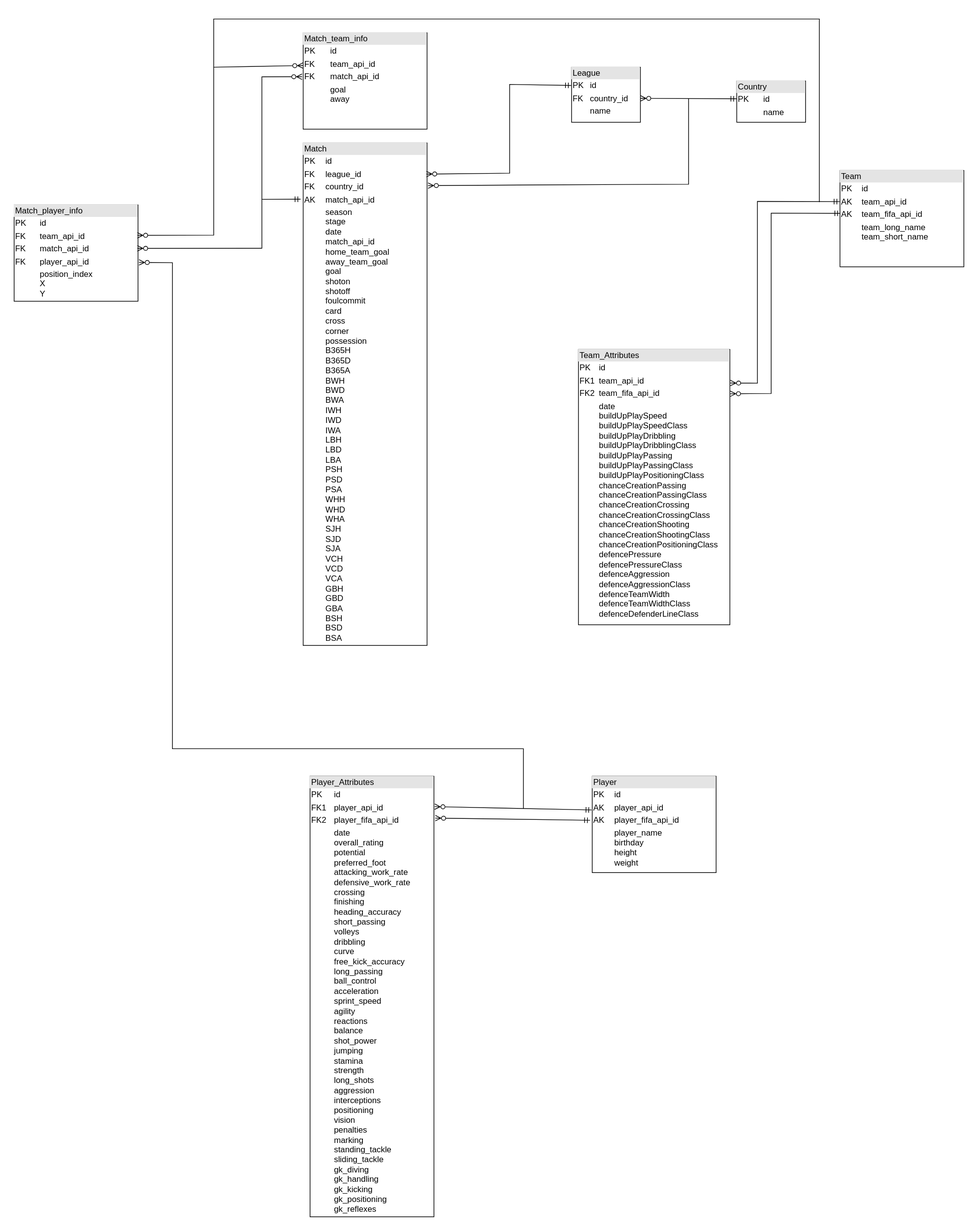
This is project2/Ex2/diagram_improved.svg from Ery4z/2172, a draw.io export, as it was before one commit. Source tidied: cells renumbered, new cells last; positions are measured from the earlier drawing's top-left corner, leaving out a move shared by most shapes. Its diagram source:
```xml
<mxGraphModel>
  <root>
    <mxCell id="0" />
    <mxCell id="1" parent="0" />
    <mxCell id="2" value="&lt;div style=&quot;box-sizing:border-box;width:100%;background:#e4e4e4;padding:2px;&quot;&gt;Player&lt;/div&gt;&lt;table style=&quot;width:100%;font-size:1em;&quot; cellpadding=&quot;2&quot; cellspacing=&quot;0&quot;&gt;&lt;tbody&gt;&lt;tr&gt;&lt;td&gt;PK&lt;/td&gt;&lt;td&gt;id&lt;/td&gt;&lt;/tr&gt;&lt;tr&gt;&lt;td&gt;AK&lt;/td&gt;&lt;td&gt;player_api_id&lt;/td&gt;&lt;/tr&gt;&lt;tr&gt;&lt;td&gt;AK&lt;/td&gt;&lt;td&gt;player_fifa_api_id&lt;/td&gt;&lt;/tr&gt;&lt;tr&gt;&lt;td&gt;&lt;/td&gt;&lt;td&gt;player_name&lt;br&gt;birthday&lt;br&gt;height&lt;br&gt;weight&lt;/td&gt;&lt;/tr&gt;&lt;/tbody&gt;&lt;/table&gt;" style="verticalAlign=top;align=left;overflow=fill;html=1;whiteSpace=wrap;perimeterSpacing=0;" parent="1" vertex="1">
      <mxGeometry x="840" y="1100" width="180" height="140" as="geometry" />
    </mxCell>
    <mxCell id="3" value="&lt;div style=&quot;box-sizing:border-box;width:100%;background:#e4e4e4;padding:2px;&quot;&gt;Player_Attributes&lt;/div&gt;&lt;table style=&quot;width:100%;font-size:1em;&quot; cellpadding=&quot;2&quot; cellspacing=&quot;0&quot;&gt;&lt;tbody&gt;&lt;tr&gt;&lt;td&gt;PK&lt;/td&gt;&lt;td&gt;id&lt;/td&gt;&lt;/tr&gt;&lt;tr&gt;&lt;td&gt;FK1&lt;/td&gt;&lt;td&gt;player_api_id&lt;/td&gt;&lt;/tr&gt;&lt;tr&gt;&lt;td&gt;FK2&lt;/td&gt;&lt;td&gt;player_fifa_api_id&lt;/td&gt;&lt;/tr&gt;&lt;tr&gt;&lt;td&gt;&lt;/td&gt;&lt;td&gt;date&lt;br&gt;overall_rating&lt;br&gt;potential&lt;br&gt;preferred_foot&lt;br&gt;attacking_work_rate&lt;br&gt;defensive_work_rate&lt;br&gt;crossing&lt;br&gt;finishing&lt;br&gt;heading_accuracy&lt;br&gt;short_passing&lt;br&gt;volleys&lt;br&gt;dribbling&lt;br&gt;curve&lt;br&gt;free_kick_accuracy&lt;br&gt;long_passing&lt;br&gt;ball_control&lt;br&gt;acceleration&lt;br&gt;sprint_speed&lt;br&gt;agility&lt;br&gt;reactions&lt;br&gt;balance&lt;br&gt;shot_power&lt;br&gt;jumping&lt;br&gt;stamina&lt;br&gt;strength&lt;br&gt;long_shots&lt;br&gt;aggression&lt;br&gt;interceptions&lt;br&gt;positioning&lt;br&gt;vision&lt;br&gt;penalties&lt;br&gt;marking&lt;br&gt;standing_tackle&lt;br&gt;sliding_tackle&lt;br&gt;gk_diving&lt;br&gt;gk_handling&lt;br&gt;gk_kicking&lt;br&gt;gk_positioning&lt;br&gt;gk_reflexes&lt;/td&gt;&lt;/tr&gt;&lt;/tbody&gt;&lt;/table&gt;" style="verticalAlign=top;align=left;overflow=fill;html=1;whiteSpace=wrap;" parent="1" vertex="1">
      <mxGeometry x="430" y="1100" width="180" height="640" as="geometry" />
    </mxCell>
    <mxCell id="4" style="endArrow=ERmandOne;html=1;rounded=0;exitX=1.006;exitY=0.069;exitDx=0;exitDy=0;exitPerimeter=0;entryX=-0.006;entryY=0.35;entryDx=0;entryDy=0;entryPerimeter=0;startArrow=ERzeroToMany;startFill=0;endFill=0;" parent="1" edge="1" source="3" target="2">
      <mxGeometry relative="1" as="geometry" />
    </mxCell>
    <mxCell id="5" style="endArrow=ERmandOne;html=1;rounded=0;exitX=1.011;exitY=0.095;exitDx=0;exitDy=0;exitPerimeter=0;entryX=-0.017;entryY=0.457;entryDx=0;entryDy=0;entryPerimeter=0;startArrow=ERzeroToMany;startFill=0;endFill=0;" parent="1" edge="1" source="3" target="2">
      <mxGeometry relative="1" as="geometry" />
    </mxCell>
    <mxCell id="6" value="&lt;div style=&quot;box-sizing:border-box;width:100%;background:#e4e4e4;padding:2px;&quot;&gt;Match&lt;/div&gt;&lt;table style=&quot;width:100%;font-size:1em;&quot; cellpadding=&quot;2&quot; cellspacing=&quot;0&quot;&gt;&lt;tbody&gt;&lt;tr&gt;&lt;td&gt;PK&lt;/td&gt;&lt;td&gt;id&lt;/td&gt;&lt;/tr&gt;&lt;tr&gt;&lt;td&gt;FK&lt;/td&gt;&lt;td&gt;league_id&lt;/td&gt;&lt;/tr&gt;&lt;tr&gt;&lt;td&gt;FK&lt;/td&gt;&lt;td&gt;country_id&lt;/td&gt;&lt;/tr&gt;&lt;tr&gt;&lt;td&gt;AK&lt;/td&gt;&lt;td&gt;match_api_id&lt;br&gt;&lt;/td&gt;&lt;/tr&gt;&lt;tr&gt;&lt;td&gt;&lt;/td&gt;&lt;td&gt;season&lt;br&gt;stage&lt;br&gt;date&lt;br&gt;match_api_id&lt;br&gt;home_team_goal&lt;br&gt;away_team_goal&lt;br&gt;goal&lt;br&gt;shoton&lt;br&gt;shotoff&lt;br&gt;foulcommit&lt;br&gt;card&lt;br&gt;cross&lt;br&gt;corner&lt;br&gt;possession&lt;br&gt;B365H&lt;br&gt;B365D&lt;br&gt;B365A&lt;br&gt;BWH&lt;br&gt;BWD&lt;br&gt;BWA&lt;br&gt;IWH&lt;br&gt;IWD&lt;br&gt;IWA&lt;br&gt;LBH&lt;br&gt;LBD&lt;br&gt;LBA&lt;br&gt;PSH&lt;br&gt;PSD&lt;br&gt;PSA&lt;br&gt;WHH&lt;br&gt;WHD&lt;br&gt;WHA&lt;br&gt;SJH&lt;br&gt;SJD&lt;br&gt;SJA&lt;br&gt;VCH&lt;br&gt;VCD&lt;br&gt;VCA&lt;br&gt;GBH&lt;br&gt;GBD&lt;br&gt;GBA&lt;br&gt;BSH&lt;br&gt;BSD&lt;br&gt;BSA&lt;br&gt;&lt;/td&gt;&lt;/tr&gt;&lt;/tbody&gt;&lt;/table&gt;" style="verticalAlign=top;align=left;overflow=fill;html=1;whiteSpace=wrap;" parent="1" vertex="1">
      <mxGeometry x="420" y="180" width="180" height="730" as="geometry" />
    </mxCell>
    <mxCell id="7" value="&lt;div style=&quot;box-sizing:border-box;width:100%;background:#e4e4e4;padding:2px;&quot;&gt;Team_Attributes&lt;/div&gt;&lt;table style=&quot;width:100%;font-size:1em;&quot; cellpadding=&quot;2&quot; cellspacing=&quot;0&quot;&gt;&lt;tbody&gt;&lt;tr&gt;&lt;td&gt;PK&lt;/td&gt;&lt;td&gt;id&lt;/td&gt;&lt;/tr&gt;&lt;tr&gt;&lt;td&gt;FK1&lt;/td&gt;&lt;td&gt;team_api_id&lt;/td&gt;&lt;/tr&gt;&lt;tr&gt;&lt;td&gt;FK2&lt;/td&gt;&lt;td&gt;team_fifa_api_id&lt;/td&gt;&lt;/tr&gt;&lt;tr&gt;&lt;td&gt;&lt;/td&gt;&lt;td&gt;date&lt;br&gt;buildUpPlaySpeed&lt;br&gt;buildUpPlaySpeedClass&lt;br&gt;buildUpPlayDribbling&lt;br&gt;buildUpPlayDribblingClass&lt;br&gt;buildUpPlayPassing&lt;br&gt;buildUpPlayPassingClass&lt;br&gt;buildUpPlayPositioningClass&lt;br&gt;chanceCreationPassing&lt;br&gt;chanceCreationPassingClass&lt;br&gt;chanceCreationCrossing&lt;br&gt;chanceCreationCrossingClass&lt;br&gt;chanceCreationShooting&lt;br&gt;chanceCreationShootingClass&lt;br&gt;chanceCreationPositioningClass&lt;br&gt;defencePressure&lt;br&gt;defencePressureClass&lt;br&gt;defenceAggression&lt;br&gt;defenceAggressionClass&lt;br&gt;defenceTeamWidth&lt;br&gt;defenceTeamWidthClass&lt;br&gt;defenceDefenderLineClass&lt;br&gt;&lt;br&gt;&lt;/td&gt;&lt;/tr&gt;&lt;/tbody&gt;&lt;/table&gt;" style="verticalAlign=top;align=left;overflow=fill;html=1;whiteSpace=wrap;" parent="1" vertex="1">
      <mxGeometry x="820" y="480" width="220" height="400" as="geometry" />
    </mxCell>
    <mxCell id="8" style="endArrow=ERmandOne;html=1;rounded=0;exitX=1.002;exitY=0.161;exitDx=0;exitDy=0;exitPerimeter=0;entryX=0.003;entryY=0.445;entryDx=0;entryDy=0;entryPerimeter=0;startArrow=ERzeroToMany;startFill=0;endFill=0;" parent="1" edge="1" source="7" target="15">
      <mxGeometry relative="1" as="geometry">
        <Array as="points">
          <mxPoint x="1100" y="544" />
          <mxPoint x="1100" y="282" />
        </Array>
      </mxGeometry>
    </mxCell>
    <mxCell id="9" style="endArrow=ERmandOne;html=1;rounded=0;exitX=1.003;exitY=0.122;exitDx=0;exitDy=0;exitPerimeter=0;entryX=-0.003;entryY=0.323;entryDx=0;entryDy=0;entryPerimeter=0;startArrow=ERzeroToMany;startFill=0;endFill=0;" parent="1" edge="1" source="7" target="15">
      <mxGeometry relative="1" as="geometry">
        <Array as="points">
          <mxPoint x="1080" y="529" />
          <mxPoint x="1080" y="265" />
        </Array>
      </mxGeometry>
    </mxCell>
    <mxCell id="10" value="&lt;div style=&quot;box-sizing:border-box;width:100%;background:#e4e4e4;padding:2px;&quot;&gt;League&lt;/div&gt;&lt;table style=&quot;width:100%;font-size:1em;&quot; cellpadding=&quot;2&quot; cellspacing=&quot;0&quot;&gt;&lt;tbody&gt;&lt;tr&gt;&lt;td&gt;PK&lt;/td&gt;&lt;td&gt;id&lt;/td&gt;&lt;/tr&gt;&lt;tr&gt;&lt;td&gt;FK&lt;/td&gt;&lt;td&gt;country_id&lt;/td&gt;&lt;/tr&gt;&lt;tr&gt;&lt;td&gt;&lt;/td&gt;&lt;td&gt;name&lt;br&gt;&lt;br&gt;&lt;br&gt;&lt;/td&gt;&lt;/tr&gt;&lt;/tbody&gt;&lt;/table&gt;" style="verticalAlign=top;align=left;overflow=fill;html=1;whiteSpace=wrap;perimeterSpacing=0;" parent="1" vertex="1">
      <mxGeometry x="810" y="70" width="100" height="80" as="geometry" />
    </mxCell>
    <mxCell id="11" value="&lt;div style=&quot;box-sizing:border-box;width:100%;background:#e4e4e4;padding:2px;&quot;&gt;Country&lt;/div&gt;&lt;table style=&quot;width:100%;font-size:1em;&quot; cellpadding=&quot;2&quot; cellspacing=&quot;0&quot;&gt;&lt;tbody&gt;&lt;tr&gt;&lt;td&gt;PK&lt;/td&gt;&lt;td&gt;id&lt;/td&gt;&lt;/tr&gt;&lt;tr&gt;&lt;td&gt;&lt;/td&gt;&lt;td&gt;name&lt;br&gt;&lt;br&gt;&lt;br&gt;&lt;/td&gt;&lt;/tr&gt;&lt;/tbody&gt;&lt;/table&gt;" style="verticalAlign=top;align=left;overflow=fill;html=1;whiteSpace=wrap;perimeterSpacing=0;" parent="1" vertex="1">
      <mxGeometry x="1050" y="90" width="100" height="60" as="geometry" />
    </mxCell>
    <mxCell id="12" style="endArrow=ERmandOne;html=1;rounded=0;exitX=1.001;exitY=0.566;exitDx=0;exitDy=0;exitPerimeter=0;startArrow=ERzeroToMany;startFill=0;endFill=0;entryX=-0.005;entryY=0.431;entryDx=0;entryDy=0;entryPerimeter=0;" parent="1" edge="1" source="10" target="11">
      <mxGeometry relative="1" as="geometry" />
    </mxCell>
    <mxCell id="13" style="endArrow=none;html=1;rounded=0;exitX=1.008;exitY=0.085;exitDx=0;exitDy=0;exitPerimeter=0;startArrow=ERzeroToMany;startFill=0;" parent="1" edge="1" source="6">
      <mxGeometry relative="1" as="geometry">
        <mxPoint x="980" y="116" as="targetPoint" />
        <Array as="points">
          <mxPoint x="760" y="241" />
          <mxPoint x="980" y="240" />
          <mxPoint x="980" y="160" />
        </Array>
      </mxGeometry>
    </mxCell>
    <mxCell id="14" style="endArrow=ERmandOne;html=1;rounded=0;startArrow=ERzeroToMany;startFill=0;entryX=-0.008;entryY=0.331;entryDx=0;entryDy=0;entryPerimeter=0;endFill=0;exitX=0.995;exitY=0.062;exitDx=0;exitDy=0;exitPerimeter=0;" parent="1" edge="1" source="6" target="10">
      <mxGeometry relative="1" as="geometry">
        <Array as="points">
          <mxPoint x="720" y="224" />
          <mxPoint x="720" y="95" />
        </Array>
      </mxGeometry>
    </mxCell>
    <mxCell id="15" value="&lt;div style=&quot;box-sizing:border-box;width:100%;background:#e4e4e4;padding:2px;&quot;&gt;Team&lt;/div&gt;&lt;table style=&quot;width:100%;font-size:1em;&quot; cellpadding=&quot;2&quot; cellspacing=&quot;0&quot;&gt;&lt;tbody&gt;&lt;tr&gt;&lt;td&gt;PK&lt;/td&gt;&lt;td&gt;id&lt;/td&gt;&lt;/tr&gt;&lt;tr&gt;&lt;td&gt;AK&lt;/td&gt;&lt;td&gt;team_api_id&lt;/td&gt;&lt;/tr&gt;&lt;tr&gt;&lt;td&gt;AK&lt;/td&gt;&lt;td&gt;team_fifa_api_id&lt;/td&gt;&lt;/tr&gt;&lt;tr&gt;&lt;td&gt;&lt;/td&gt;&lt;td&gt;team_long_name&lt;br&gt;team_short_name&lt;br&gt;&lt;br&gt;&lt;/td&gt;&lt;/tr&gt;&lt;/tbody&gt;&lt;/table&gt;" style="verticalAlign=top;align=left;overflow=fill;html=1;whiteSpace=wrap;perimeterSpacing=0;" parent="1" vertex="1">
      <mxGeometry x="1200" y="220" width="180" height="140" as="geometry" />
    </mxCell>
    <mxCell id="16" value="&lt;div style=&quot;box-sizing:border-box;width:100%;background:#e4e4e4;padding:2px;&quot;&gt;Match_player_info&lt;/div&gt;&lt;table style=&quot;width:100%;font-size:1em;&quot; cellpadding=&quot;2&quot; cellspacing=&quot;0&quot;&gt;&lt;tbody&gt;&lt;tr&gt;&lt;td&gt;PK&lt;/td&gt;&lt;td&gt;id&lt;/td&gt;&lt;/tr&gt;&lt;tr&gt;&lt;td&gt;FK&lt;/td&gt;&lt;td&gt;team_api_id&lt;br&gt;&lt;/td&gt;&lt;/tr&gt;&lt;tr&gt;&lt;td&gt;FK&lt;/td&gt;&lt;td&gt;match_api_id&lt;/td&gt;&lt;/tr&gt;&lt;tr&gt;&lt;td&gt;FK&lt;/td&gt;&lt;td&gt;player_api_id&lt;/td&gt;&lt;/tr&gt;&lt;tr&gt;&lt;td&gt;&lt;/td&gt;&lt;td&gt;position_index&lt;br&gt;X&lt;br&gt;Y&lt;br&gt;&lt;br&gt;&lt;/td&gt;&lt;/tr&gt;&lt;/tbody&gt;&lt;/table&gt;" style="verticalAlign=top;align=left;overflow=fill;html=1;whiteSpace=wrap;" parent="1" vertex="1">
      <mxGeometry y="270" width="180" height="140" as="geometry" />
    </mxCell>
    <mxCell id="17" style="endArrow=ERmandOne;html=1;rounded=0;exitX=0.995;exitY=0.451;exitDx=0;exitDy=0;exitPerimeter=0;startArrow=ERzeroToMany;startFill=0;endFill=0;entryX=-0.021;entryY=0.112;entryDx=0;entryDy=0;entryPerimeter=0;" parent="1" edge="1" source="16" target="6">
      <mxGeometry relative="1" as="geometry">
        <Array as="points">
          <mxPoint x="360" y="333" />
          <mxPoint x="360" y="262" />
        </Array>
      </mxGeometry>
    </mxCell>
    <mxCell id="18" style="endArrow=none;html=1;rounded=0;endFill=0;startArrow=ERzeroToMany;startFill=0;exitX=1.008;exitY=0.597;exitDx=0;exitDy=0;exitPerimeter=0;" parent="1" edge="1" source="16">
      <mxGeometry relative="1" as="geometry">
        <mxPoint x="740" y="1147" as="targetPoint" />
        <Array as="points">
          <mxPoint x="230" y="354" />
          <mxPoint x="230" y="1060" />
          <mxPoint x="740" y="1060" />
        </Array>
      </mxGeometry>
    </mxCell>
    <mxCell id="19" style="endArrow=none;html=1;rounded=0;exitX=0.995;exitY=0.316;exitDx=0;exitDy=0;exitPerimeter=0;startArrow=ERzeroToMany;startFill=0;" parent="1" edge="1" source="16">
      <mxGeometry relative="1" as="geometry">
        <mxPoint x="1170" y="266" as="targetPoint" />
        <Array as="points">
          <mxPoint x="290" y="314" />
          <mxPoint x="290" />
          <mxPoint x="1170" />
        </Array>
      </mxGeometry>
    </mxCell>
    <mxCell id="20" value="&lt;div style=&quot;box-sizing:border-box;width:100%;background:#e4e4e4;padding:2px;&quot;&gt;Match_team_info&lt;/div&gt;&lt;table style=&quot;width:100%;font-size:1em;&quot; cellpadding=&quot;2&quot; cellspacing=&quot;0&quot;&gt;&lt;tbody&gt;&lt;tr&gt;&lt;td&gt;PK&lt;/td&gt;&lt;td&gt;id&lt;/td&gt;&lt;/tr&gt;&lt;tr&gt;&lt;td&gt;FK&lt;/td&gt;&lt;td&gt;team_api_id&lt;br&gt;&lt;/td&gt;&lt;/tr&gt;&lt;tr&gt;&lt;td&gt;FK&lt;/td&gt;&lt;td&gt;match_api_id&lt;/td&gt;&lt;/tr&gt;&lt;tr&gt;&lt;td&gt;&lt;/td&gt;&lt;td&gt;goal&lt;br&gt;away&lt;br&gt;&lt;br&gt;&lt;/td&gt;&lt;/tr&gt;&lt;/tbody&gt;&lt;/table&gt;" style="verticalAlign=top;align=left;overflow=fill;html=1;whiteSpace=wrap;" parent="1" vertex="1">
      <mxGeometry x="420" y="20" width="180" height="140" as="geometry" />
    </mxCell>
    <mxCell id="21" style="endArrow=ERzeroToMany;html=1;rounded=0;entryX=-0.009;entryY=0.456;entryDx=0;entryDy=0;entryPerimeter=0;startArrow=none;startFill=0;endFill=0;" parent="1" edge="1" target="20">
      <mxGeometry relative="1" as="geometry">
        <mxPoint x="360" y="262" as="sourcePoint" />
        <Array as="points">
          <mxPoint x="360" y="84" />
        </Array>
      </mxGeometry>
    </mxCell>
    <mxCell id="22" style="endArrow=ERzeroToMany;html=1;rounded=0;entryX=-0.001;entryY=0.34;entryDx=0;entryDy=0;entryPerimeter=0;startArrow=none;startFill=0;endFill=0;" parent="1" edge="1" target="20">
      <mxGeometry relative="1" as="geometry">
        <mxPoint x="290" y="70" as="sourcePoint" />
      </mxGeometry>
    </mxCell>
  </root>
</mxGraphModel>
```
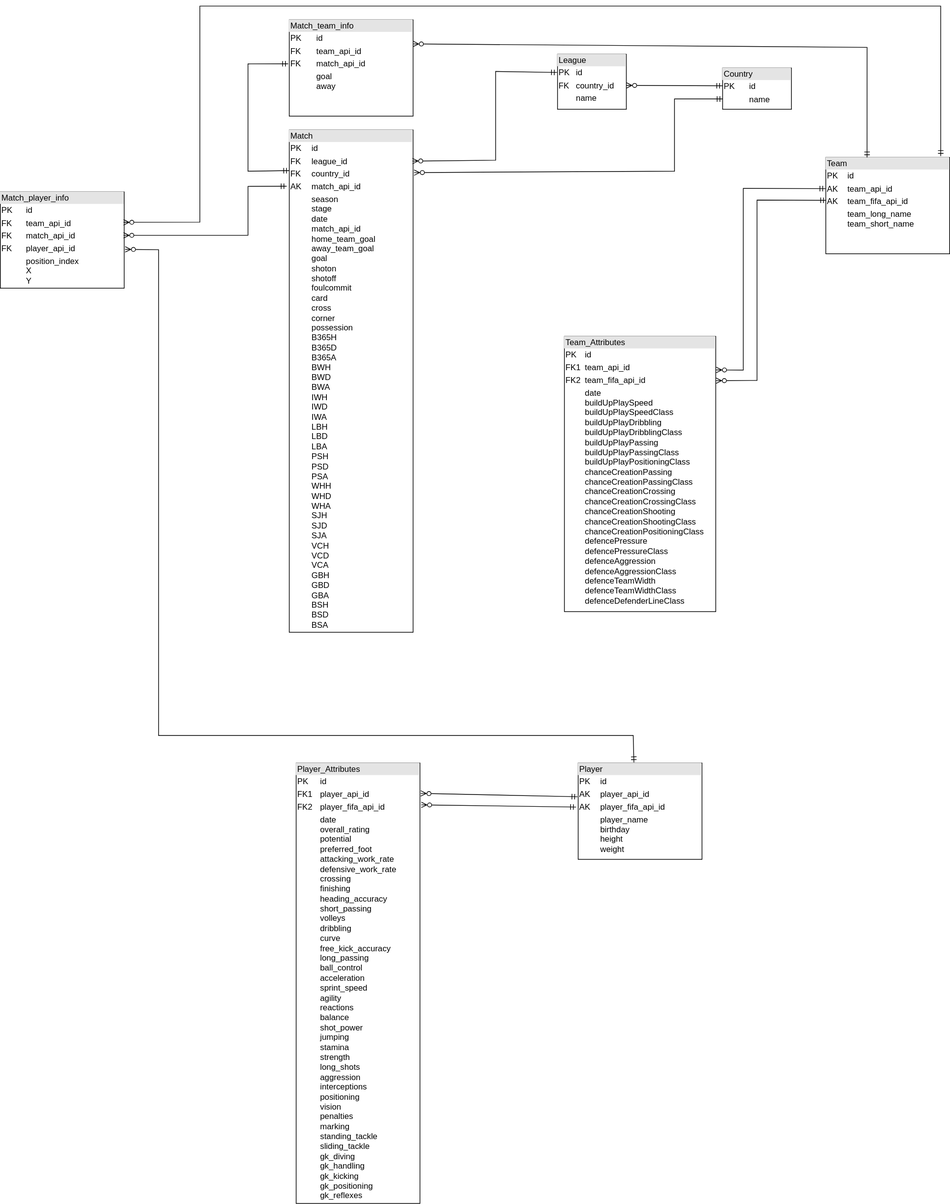
The same diagram one commit later.

What changed in the source:
```diff
@@ -45,13 +45,12 @@
     <mxCell id="12" style="endArrow=ERmandOne;html=1;rounded=0;exitX=1.001;exitY=0.566;exitDx=0;exitDy=0;exitPerimeter=0;startArrow=ERzeroToMany;startFill=0;endFill=0;entryX=-0.005;entryY=0.431;entryDx=0;entryDy=0;entryPerimeter=0;" parent="1" edge="1" source="10" target="11">
       <mxGeometry relative="1" as="geometry" />
     </mxCell>
-    <mxCell id="13" style="endArrow=none;html=1;rounded=0;exitX=1.008;exitY=0.085;exitDx=0;exitDy=0;exitPerimeter=0;startArrow=ERzeroToMany;startFill=0;" parent="1" edge="1" source="6">
+    <mxCell id="13" style="endArrow=ERmandOne;html=1;rounded=0;exitX=1.008;exitY=0.085;exitDx=0;exitDy=0;exitPerimeter=0;startArrow=ERzeroToMany;startFill=0;entryX=0;entryY=0.75;entryDx=0;entryDy=0;endFill=0;" parent="1" edge="1" source="6" target="11">
       <mxGeometry relative="1" as="geometry">
-        <mxPoint x="980" y="116" as="targetPoint" />
         <Array as="points">
           <mxPoint x="760" y="241" />
           <mxPoint x="980" y="240" />
-          <mxPoint x="980" y="160" />
+          <mxPoint x="980" y="135" />
         </Array>
       </mxGeometry>
     </mxCell>
@@ -77,40 +76,40 @@
         </Array>
       </mxGeometry>
     </mxCell>
-    <mxCell id="18" style="endArrow=none;html=1;rounded=0;endFill=0;startArrow=ERzeroToMany;startFill=0;exitX=1.008;exitY=0.597;exitDx=0;exitDy=0;exitPerimeter=0;" parent="1" edge="1" source="16">
+    <mxCell id="18" style="endArrow=ERmandOne;html=1;rounded=0;endFill=0;startArrow=ERzeroToMany;startFill=0;exitX=1.008;exitY=0.597;exitDx=0;exitDy=0;exitPerimeter=0;entryX=0.45;entryY=-0.007;entryDx=0;entryDy=0;entryPerimeter=0;" parent="1" edge="1" source="16" target="2">
       <mxGeometry relative="1" as="geometry">
-        <mxPoint x="740" y="1147" as="targetPoint" />
         <Array as="points">
           <mxPoint x="230" y="354" />
           <mxPoint x="230" y="1060" />
-          <mxPoint x="740" y="1060" />
+          <mxPoint x="920" y="1060" />
         </Array>
       </mxGeometry>
     </mxCell>
-    <mxCell id="19" style="endArrow=none;html=1;rounded=0;exitX=0.995;exitY=0.316;exitDx=0;exitDy=0;exitPerimeter=0;startArrow=ERzeroToMany;startFill=0;" parent="1" edge="1" source="16">
+    <mxCell id="19" style="endArrow=ERmandOne;html=1;rounded=0;exitX=0.995;exitY=0.316;exitDx=0;exitDy=0;exitPerimeter=0;startArrow=ERzeroToMany;startFill=0;entryX=0.928;entryY=-0.014;entryDx=0;entryDy=0;entryPerimeter=0;endFill=0;" parent="1" edge="1" source="16" target="15">
       <mxGeometry relative="1" as="geometry">
-        <mxPoint x="1170" y="266" as="targetPoint" />
         <Array as="points">
           <mxPoint x="290" y="314" />
           <mxPoint x="290" />
-          <mxPoint x="1170" />
+          <mxPoint x="1367" />
         </Array>
       </mxGeometry>
     </mxCell>
     <mxCell id="20" value="&lt;div style=&quot;box-sizing:border-box;width:100%;background:#e4e4e4;padding:2px;&quot;&gt;Match_team_info&lt;/div&gt;&lt;table style=&quot;width:100%;font-size:1em;&quot; cellpadding=&quot;2&quot; cellspacing=&quot;0&quot;&gt;&lt;tbody&gt;&lt;tr&gt;&lt;td&gt;PK&lt;/td&gt;&lt;td&gt;id&lt;/td&gt;&lt;/tr&gt;&lt;tr&gt;&lt;td&gt;FK&lt;/td&gt;&lt;td&gt;team_api_id&lt;br&gt;&lt;/td&gt;&lt;/tr&gt;&lt;tr&gt;&lt;td&gt;FK&lt;/td&gt;&lt;td&gt;match_api_id&lt;/td&gt;&lt;/tr&gt;&lt;tr&gt;&lt;td&gt;&lt;/td&gt;&lt;td&gt;goal&lt;br&gt;away&lt;br&gt;&lt;br&gt;&lt;/td&gt;&lt;/tr&gt;&lt;/tbody&gt;&lt;/table&gt;" style="verticalAlign=top;align=left;overflow=fill;html=1;whiteSpace=wrap;" parent="1" vertex="1">
       <mxGeometry x="420" y="20" width="180" height="140" as="geometry" />
     </mxCell>
-    <mxCell id="21" style="endArrow=ERzeroToMany;html=1;rounded=0;entryX=-0.009;entryY=0.456;entryDx=0;entryDy=0;entryPerimeter=0;startArrow=none;startFill=0;endFill=0;" parent="1" edge="1" target="20">
+    <mxCell id="21" style="endArrow=ERmandOne;html=1;rounded=0;entryX=-0.009;entryY=0.456;entryDx=0;entryDy=0;entryPerimeter=0;startArrow=ERmandOne;startFill=0;endFill=0;exitX=0;exitY=0.081;exitDx=0;exitDy=0;exitPerimeter=0;" parent="1" edge="1" source="6" target="20">
       <mxGeometry relative="1" as="geometry">
-        <mxPoint x="360" y="262" as="sourcePoint" />
         <Array as="points">
+          <mxPoint x="360" y="240" />
           <mxPoint x="360" y="84" />
         </Array>
       </mxGeometry>
     </mxCell>
-    <mxCell id="22" style="endArrow=ERzeroToMany;html=1;rounded=0;entryX=-0.001;entryY=0.34;entryDx=0;entryDy=0;entryPerimeter=0;startArrow=none;startFill=0;endFill=0;" parent="1" edge="1" target="20">
+    <mxCell id="22" style="endArrow=ERzeroToMany;html=1;rounded=0;entryX=1;entryY=0.25;entryDx=0;entryDy=0;startArrow=ERmandOne;startFill=0;endFill=0;exitX=0.333;exitY=0;exitDx=0;exitDy=0;exitPerimeter=0;" parent="1" edge="1" source="15" target="20">
       <mxGeometry relative="1" as="geometry">
-        <mxPoint x="290" y="70" as="sourcePoint" />
+        <Array as="points">
+          <mxPoint x="1260" y="60" />
+        </Array>
       </mxGeometry>
     </mxCell>
   </root>
```
